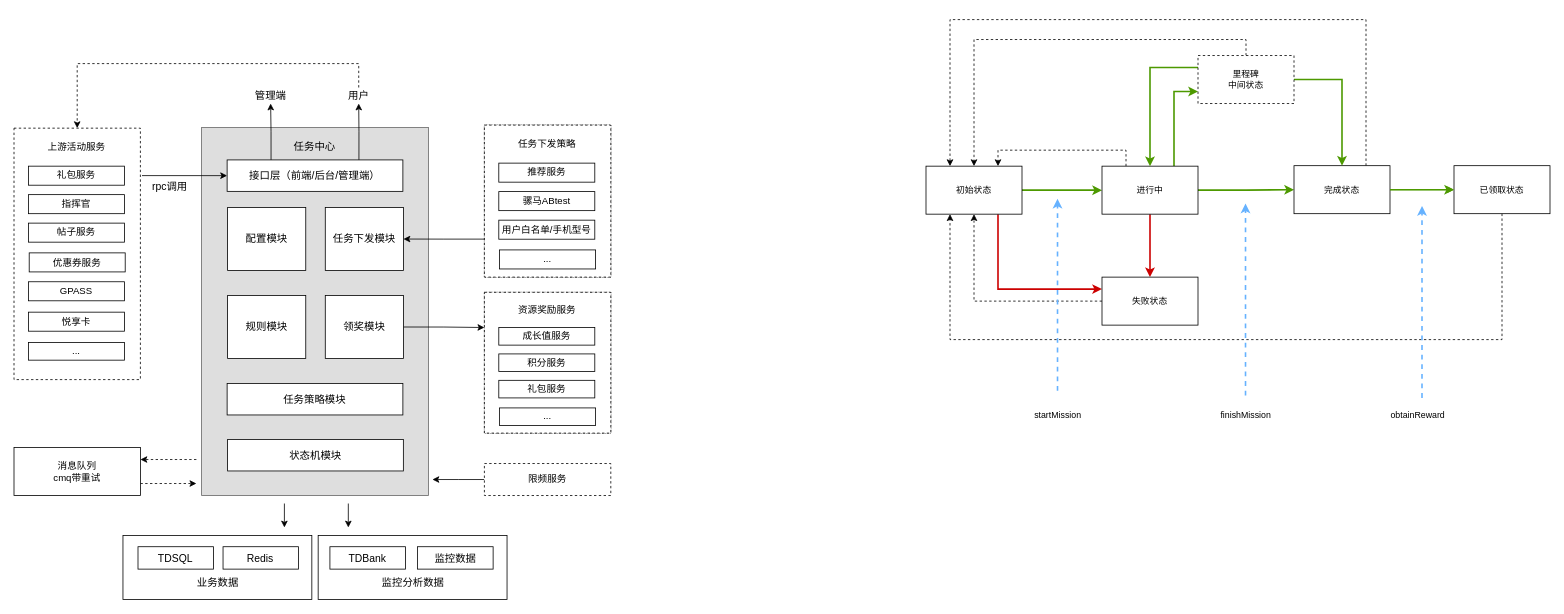
The draw.io diagram missioncenter.drawio in axtrur/resource, before the edit. Source tidied: cells renumbered, new cells numbered last; positions are measured from the earlier drawing's top-left corner, leaving out a move shared by most shapes. Both pictures are drawn from the tidied source at 80%, with x=0, y=0 at pixel (14, 19).
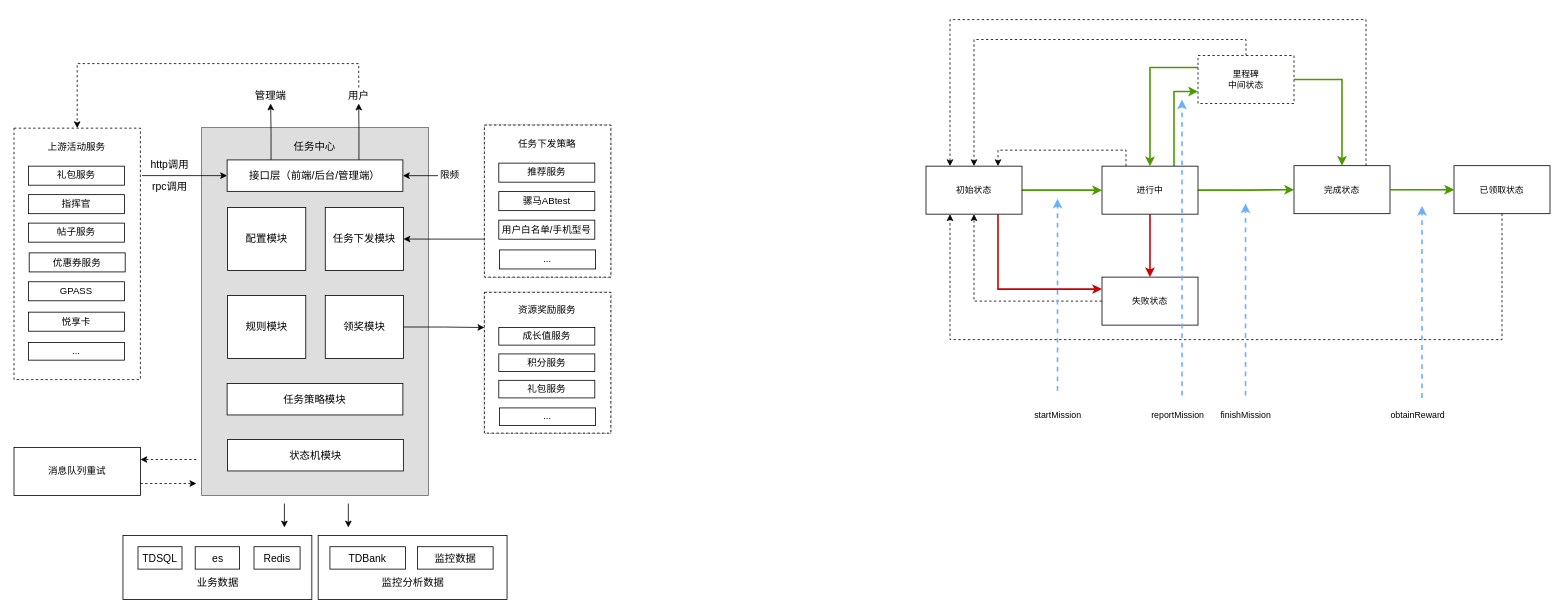
After the change.

Unchanged cells that the change refers to:
```xml
<mxCell id="50" value="接口层（前端/后台/管理端）" style="rounded=0;whiteSpace=wrap;html=1;fontSize=13;" parent="1" vertex="1">
  <mxGeometry x="266.4" y="175.4" width="219.7" height="39.3" as="geometry" />
</mxCell>
```

Change to the diagram source:
```diff
@@
-    <mxCell id="33" value="消息队列&lt;br&gt;cmq带重试" style="rounded=0;whiteSpace=wrap;html=1;" parent="1" vertex="1">
+    <mxCell id="33" value="消息队列重试" style="rounded=0;whiteSpace=wrap;html=1;" parent="1" vertex="1">
       <mxGeometry y="534.9" width="158" height="60" as="geometry" />
     </mxCell>
@@
-    <mxCell id="36" style="edgeStyle=orthogonalEdgeStyle;rounded=0;jettySize=auto;html=1;exitX=0;exitY=0.5;exitDx=0;exitDy=0;fontSize=13;" parent="1" edge="1" source="37">
-      <mxGeometry relative="1" as="geometry">
-        <mxPoint x="523" y="574.9" as="targetPoint" />
-      </mxGeometry>
-    </mxCell>
-    <mxCell id="37" value="限频服务" style="rounded=0;whiteSpace=wrap;html=1;dashed=1;" parent="1" vertex="1">
-      <mxGeometry x="588" y="554.9" width="158" height="40" as="geometry" />
-    </mxCell>
@@
     <mxCell id="40" value="TDSQL" style="rounded=0;whiteSpace=wrap;html=1;fontSize=13;" parent="1" vertex="1">
-      <mxGeometry x="155" y="658.9" width="94.4" height="28" as="geometry" />
+      <mxGeometry x="155" y="658.9" width="55" height="28" as="geometry" />
     </mxCell>
-    <mxCell id="41" value="Redis" style="rounded=0;whiteSpace=wrap;html=1;fontSize=13;" parent="1" vertex="1">
-      <mxGeometry x="261.3" y="658.9" width="94.4" height="28" as="geometry" />
+    <mxCell id="41" value="es" style="rounded=0;whiteSpace=wrap;html=1;fontSize=13;" parent="1" vertex="1">
+      <mxGeometry x="226.5" y="658.9" width="55.5" height="28" as="geometry" />
     </mxCell>
@@
+    <mxCell id="84" value="Redis" style="rounded=0;whiteSpace=wrap;html=1;fontSize=13;" parent="1" vertex="1">
+      <mxGeometry x="300" y="658.9" width="57.6" height="28" as="geometry" />
+    </mxCell>
+    <mxCell id="85" value="http调用" style="text;html=1;strokeColor=none;fillColor=none;align=center;verticalAlign=middle;whiteSpace=wrap;rounded=0;fontSize=13;" parent="1" vertex="1">
+      <mxGeometry x="165" y="171.2" width="60" height="20" as="geometry" />
+    </mxCell>
+    <mxCell id="86" style="edgeStyle=orthogonalEdgeStyle;rounded=0;jettySize=auto;html=1;exitX=0;exitY=0.5;exitDx=0;exitDy=0;entryX=1;entryY=0.5;entryDx=0;entryDy=0;" parent="1" edge="1" source="87" target="50">
+      <mxGeometry relative="1" as="geometry" />
+    </mxCell>
+    <mxCell id="87" value="限频" style="text;html=1;strokeColor=none;fillColor=none;align=center;verticalAlign=middle;whiteSpace=wrap;rounded=0;" parent="1" vertex="1">
+      <mxGeometry x="530" y="185.1" width="30" height="20" as="geometry" />
+    </mxCell>
+    <mxCell id="88" style="endArrow=classic;html=1;dashed=1;strokeWidth=2;fontSize=11;fillColor=#dae8fc;strokeColor=#66B2FF;" parent="1" edge="1">
+      <mxGeometry relative="1" as="geometry">
+        <mxPoint x="1460" y="470" as="sourcePoint" />
+        <mxPoint x="1460" y="100" as="targetPoint" />
+      </mxGeometry>
+    </mxCell>
+    <mxCell id="89" value="reportMission" style="text;html=1;strokeColor=none;fillColor=none;align=center;verticalAlign=middle;whiteSpace=wrap;rounded=0;dashed=1;fontSize=11;" parent="1" vertex="1">
+      <mxGeometry x="1420" y="485" width="70" height="20" as="geometry" />
+    </mxCell>
```
